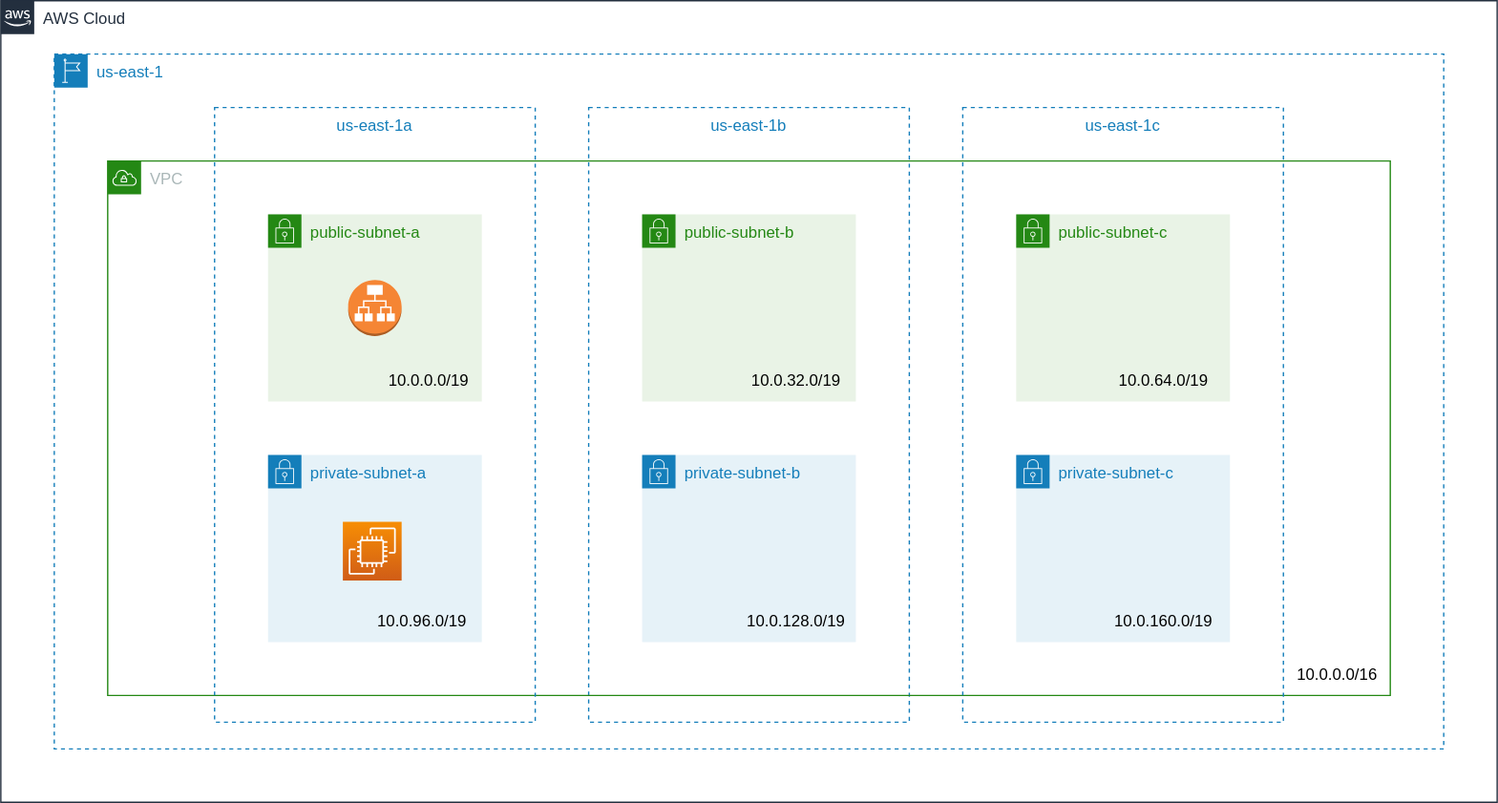
Before: 09/docs/tp.svg, a diagram exported from draw.io (ippontech/cpe-tp). Source tidied: cells renumbered, new cells last; positions are measured from the earlier drawing's top-left corner, leaving out a move shared by most shapes.
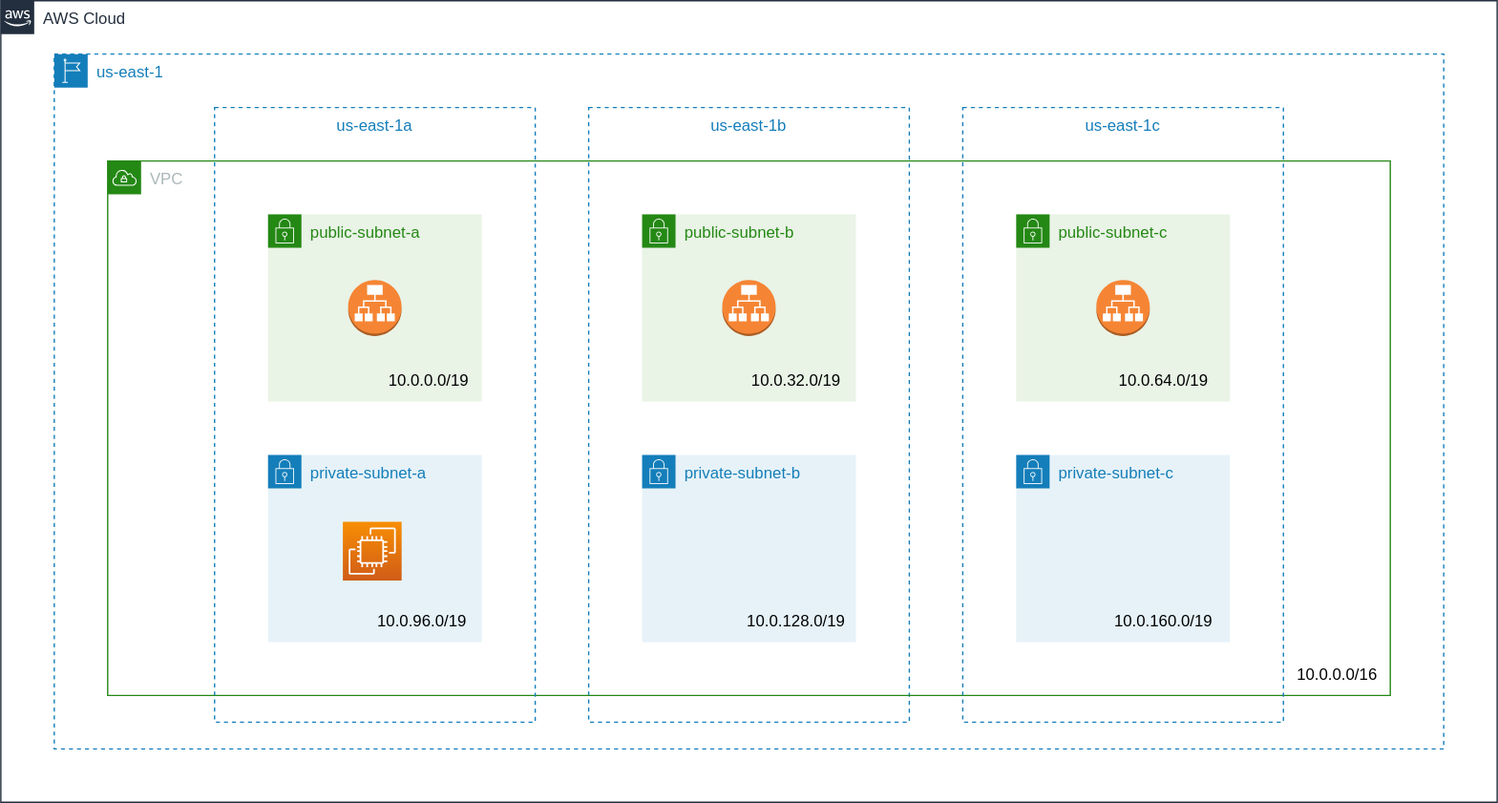
The same file after the commit.

Commit message:
fix: update module 9 schema (#31)

Diff of the diagram source:
```diff
@@ -20,6 +20,9 @@
     <mxCell id="7" value="public-subnet-b" style="gradientColor=none;html=1;whiteSpace=wrap;fontSize=12;fontStyle=0;shape=mxgraph.aws4.group;grIcon=mxgraph.aws4.group_security_group;grStroke=0;strokeColor=#248814;fillColor=#E9F3E6;verticalAlign=top;align=left;spacingLeft=30;fontColor=#248814;dashed=0;" parent="5" vertex="1">
       <mxGeometry x="400" y="40" width="160" height="140" as="geometry" />
     </mxCell>
+    <mxCell id="23" style="dashed=0;verticalLabelPosition=bottom;verticalAlign=top;align=center;html=1;shape=mxgraph.aws3.application_load_balancer;fillColor=#F58534;gradientColor=none;fontColor=#000000;" parent="7" vertex="1">
+      <mxGeometry x="60" y="49" width="40" height="42" as="geometry" />
+    </mxCell>
     <mxCell id="8" value="us-east-1a" style="fillColor=none;strokeColor=#147EBA;dashed=1;verticalAlign=top;fontStyle=0;fontColor=#147EBA;" parent="3" vertex="1">
       <mxGeometry x="120" y="40" width="240" height="460" as="geometry" />
     </mxCell>
@@ -38,6 +41,9 @@
     <mxCell id="13" value="public-subnet-c" style="gradientColor=none;html=1;whiteSpace=wrap;fontSize=12;fontStyle=0;shape=mxgraph.aws4.group;grIcon=mxgraph.aws4.group_security_group;grStroke=0;strokeColor=#248814;fillColor=#E9F3E6;verticalAlign=top;align=left;spacingLeft=30;fontColor=#248814;dashed=0;" parent="3" vertex="1">
       <mxGeometry x="720" y="120" width="160" height="140" as="geometry" />
     </mxCell>
+    <mxCell id="24" style="dashed=0;verticalLabelPosition=bottom;verticalAlign=top;align=center;html=1;shape=mxgraph.aws3.application_load_balancer;fillColor=#F58534;gradientColor=none;fontColor=#000000;" parent="13" vertex="1">
+      <mxGeometry x="60" y="49" width="40" height="42" as="geometry" />
+    </mxCell>
     <mxCell id="14" value="private-subnet-b" style="gradientColor=none;html=1;whiteSpace=wrap;fontSize=12;fontStyle=0;shape=mxgraph.aws4.group;grIcon=mxgraph.aws4.group_security_group;grStroke=0;strokeColor=#147EBA;fillColor=#E6F2F8;verticalAlign=top;align=left;spacingLeft=30;fontColor=#147EBA;dashed=0;" parent="3" vertex="1">
       <mxGeometry x="440" y="300" width="160" height="140" as="geometry" />
     </mxCell>
```
